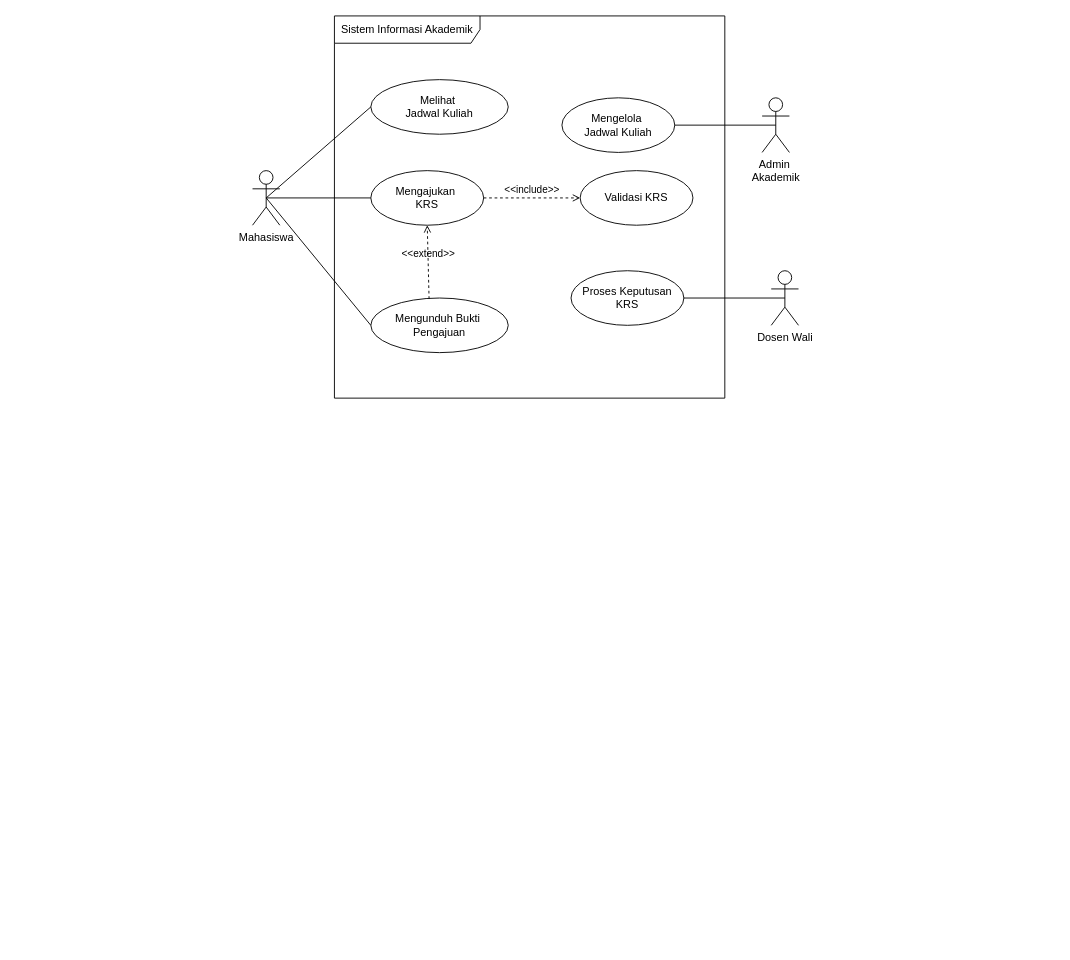
jakir442/IFRWP5149_2406004_LabAlat keeps this draw.io diagram as 03_latihan_tools/P04/SIA/P04_2406004_SIA_kebutuhan_v01.drawio. Above is the earlier version. Source tidied: cells renumbered, new cells numbered last; positions are measured from the earlier drawing's top-left corner, leaving out a move shared by most shapes. Both pictures are drawn from the tidied source at 91%, with x=0, y=0 at pixel (252, 15).
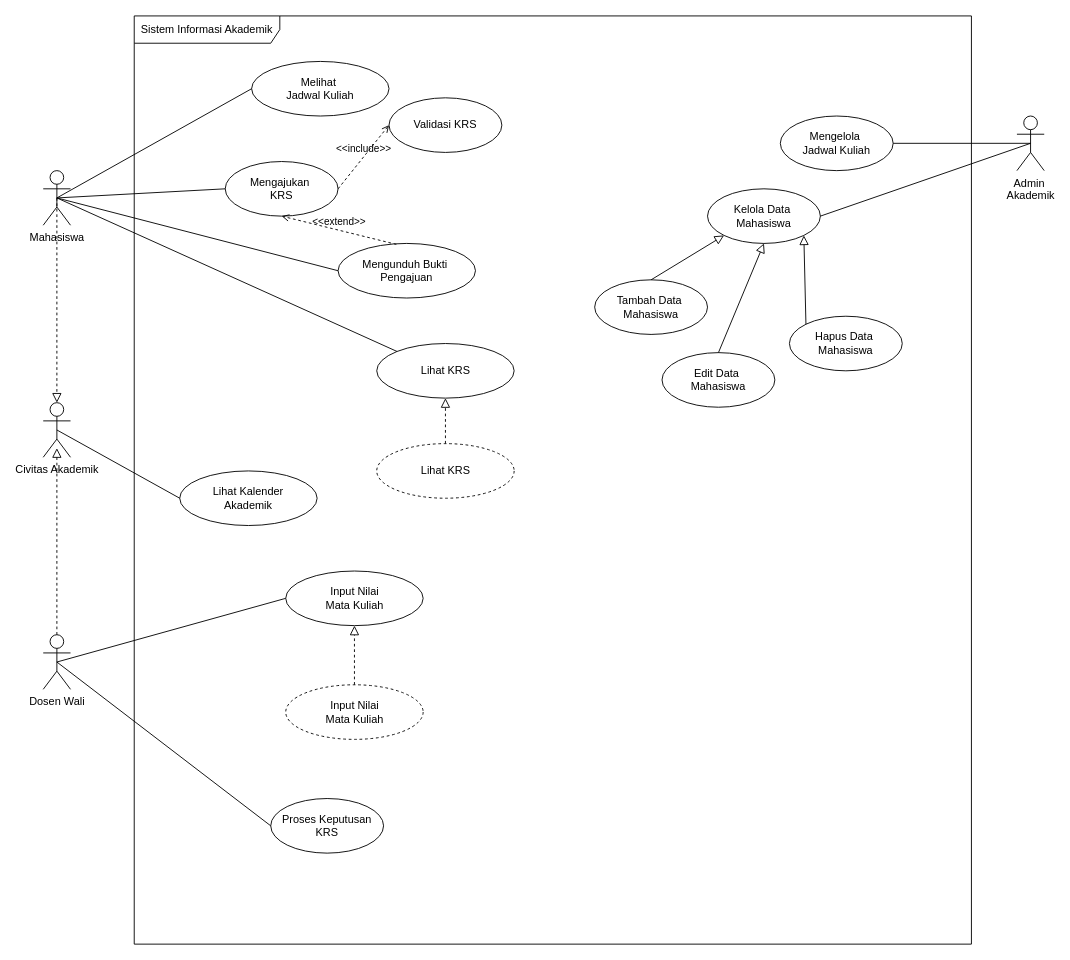
Above is the later version.

Commit message (it also covers changes not shown here):
Pertemuan 4 Use Case Lanjutan

The edit, as a diff of the source:
```diff
@@
     <mxCell id="2" value="Sistem Informasi Akademik" style="shape=umlFrame;whiteSpace=wrap;html=1;width=160;" parent="1" vertex="1">
-      <mxGeometry x="90" width="429" height="420" as="geometry" />
+      <mxGeometry x="-130" width="920" height="1020" as="geometry" />
     </mxCell>
     <mxCell id="3" value="&lt;div&gt;Mengelola&amp;nbsp;&lt;/div&gt;&lt;div&gt;Jadwal Kuliah&lt;/div&gt;" style="ellipse;html=1;whiteSpace=wrap;" parent="2" vertex="1">
-      <mxGeometry x="250" y="90" width="124" height="60" as="geometry" />
+      <mxGeometry x="710" y="110" width="124" height="60" as="geometry" />
     </mxCell>
     <mxCell id="4" value="Melihat&amp;nbsp;&lt;div&gt;Jadwal Kuliah&lt;/div&gt;" style="ellipse;html=1;whiteSpace=wrap;" parent="2" vertex="1">
-      <mxGeometry x="40" y="70" width="151" height="60" as="geometry" />
+      <mxGeometry x="129" y="50" width="151" height="60" as="geometry" />
     </mxCell>
     <mxCell id="5" value="Mengajukan&amp;nbsp;&lt;div&gt;KRS&lt;/div&gt;" style="ellipse;html=1;whiteSpace=wrap;" parent="2" vertex="1">
-      <mxGeometry x="40" y="170" width="124" height="60" as="geometry" />
+      <mxGeometry x="100" y="160" width="124" height="60" as="geometry" />
     </mxCell>
     <mxCell id="6" value="Mengunduh Bukti&amp;nbsp;&lt;div&gt;Pengajuan&lt;/div&gt;" style="ellipse;html=1;whiteSpace=wrap;" parent="2" vertex="1">
-      <mxGeometry x="40" y="310" width="151" height="60" as="geometry" />
+      <mxGeometry x="224" y="250" width="151" height="60" as="geometry" />
     </mxCell>
     <mxCell id="7" value="&lt;div&gt;Proses Keputusan&lt;br&gt;KRS&lt;/div&gt;" style="ellipse;html=1;whiteSpace=wrap;" parent="2" vertex="1">
-      <mxGeometry x="260" y="280" width="124" height="60" as="geometry" />
+      <mxGeometry x="150" y="860" width="124" height="60" as="geometry" />
     </mxCell>
     <mxCell id="8" value="&lt;div&gt;Validasi KRS&lt;/div&gt;" style="ellipse;html=1;whiteSpace=wrap;" parent="2" vertex="1">
-      <mxGeometry x="270" y="170" width="124" height="60" as="geometry" />
+      <mxGeometry x="280" y="90" width="124" height="60" as="geometry" />
     </mxCell>
@@
+    <mxCell id="19" value="Lihat Kalender &lt;br&gt;Akademik" style="ellipse;html=1;whiteSpace=wrap;" parent="2" vertex="1">
+      <mxGeometry x="50" y="500" width="151" height="60" as="geometry" />
+    </mxCell>
+    <mxCell id="20" value="Input Nilai &lt;br&gt;Mata Kuliah" style="ellipse;html=1;whiteSpace=wrap;" parent="2" vertex="1">
+      <mxGeometry x="166.5" y="610" width="151" height="60" as="geometry" />
+    </mxCell>
+    <mxCell id="21" value="Lihat KRS" style="ellipse;html=1;whiteSpace=wrap;" parent="2" vertex="1">
+      <mxGeometry x="266.5" y="360" width="151" height="60" as="geometry" />
+    </mxCell>
+    <mxCell id="22" value="&lt;div&gt;Kelola Data&amp;nbsp;&lt;br&gt;Mahasiswa&lt;/div&gt;" style="ellipse;html=1;whiteSpace=wrap;" parent="2" vertex="1">
+      <mxGeometry x="630" y="190" width="124" height="60" as="geometry" />
+    </mxCell>
+    <mxCell id="23" value="&lt;div&gt;Tambah Data&amp;nbsp;&lt;br&gt;Mahasiswa&lt;/div&gt;" style="ellipse;html=1;whiteSpace=wrap;" parent="2" vertex="1">
+      <mxGeometry x="506" y="290" width="124" height="60" as="geometry" />
+    </mxCell>
+    <mxCell id="24" value="&lt;div&gt;Edit Data&amp;nbsp;&lt;br&gt;Mahasiswa&lt;/div&gt;" style="ellipse;html=1;whiteSpace=wrap;" parent="2" vertex="1">
+      <mxGeometry x="580" y="370" width="124" height="60" as="geometry" />
+    </mxCell>
+    <mxCell id="25" value="&lt;div&gt;Hapus Data&amp;nbsp;&lt;br&gt;Mahasiswa&lt;/div&gt;" style="ellipse;html=1;whiteSpace=wrap;" parent="2" vertex="1">
+      <mxGeometry x="720" y="330" width="124" height="60" as="geometry" />
+    </mxCell>
+    <mxCell id="26" style="endArrow=block;startArrow=none;endFill=0;startFill=0;endSize=8;html=1;verticalAlign=bottom;labelBackgroundColor=none;rounded=0;exitX=0.5;exitY=0;exitDx=0;exitDy=0;entryX=0;entryY=1;entryDx=0;entryDy=0;" parent="2" edge="1" source="23" target="22">
+      <mxGeometry relative="1" as="geometry" />
+    </mxCell>
+    <mxCell id="27" style="endArrow=block;startArrow=none;endFill=0;startFill=0;endSize=8;html=1;verticalAlign=bottom;labelBackgroundColor=none;rounded=0;exitX=0.5;exitY=0;exitDx=0;exitDy=0;entryX=0.5;entryY=1;entryDx=0;entryDy=0;" parent="2" edge="1" source="24" target="22">
+      <mxGeometry relative="1" as="geometry" />
+    </mxCell>
+    <mxCell id="28" style="endArrow=block;startArrow=none;endFill=0;startFill=0;endSize=8;html=1;verticalAlign=bottom;labelBackgroundColor=none;rounded=0;entryX=1;entryY=1;entryDx=0;entryDy=0;exitX=0;exitY=0;exitDx=0;exitDy=0;" parent="2" edge="1" source="25" target="22">
+      <mxGeometry relative="1" as="geometry" />
+    </mxCell>
+    <mxCell id="29" value="Input Nilai &lt;br&gt;Mata Kuliah" style="ellipse;html=1;whiteSpace=wrap;dashed=1;" parent="2" vertex="1">
+      <mxGeometry x="166.5" y="735" width="151" height="60" as="geometry" />
+    </mxCell>
+    <mxCell id="30" style="endArrow=block;startArrow=none;endFill=0;startFill=0;endSize=8;html=1;verticalAlign=bottom;dashed=1;labelBackgroundColor=none;rounded=0;entryX=0.5;entryY=1;entryDx=0;entryDy=0;" parent="2" edge="1" source="29" target="20">
+      <mxGeometry relative="1" as="geometry" />
+    </mxCell>
+    <mxCell id="31" value="Lihat KRS" style="ellipse;html=1;whiteSpace=wrap;dashed=1;" parent="2" vertex="1">
+      <mxGeometry x="266.5" y="470" width="151" height="60" as="geometry" />
+    </mxCell>
+    <mxCell id="32" style="endArrow=block;startArrow=none;endFill=0;startFill=0;endSize=8;html=1;verticalAlign=bottom;dashed=1;labelBackgroundColor=none;rounded=0;entryX=0.5;entryY=1;entryDx=0;entryDy=0;exitX=0.5;exitY=0;exitDx=0;exitDy=0;" parent="2" edge="1" source="31" target="21">
+      <mxGeometry relative="1" as="geometry" />
+    </mxCell>
     <mxCell id="11" value="Admin&amp;nbsp;&lt;div&gt;Akademik&lt;/div&gt;" style="shape=umlActor;verticalLabelPosition=bottom;verticalAlign=top;html=1;" parent="1" vertex="1">
-      <mxGeometry x="560" y="90" width="30" height="60" as="geometry" />
+      <mxGeometry x="840" y="110" width="30" height="60" as="geometry" />
     </mxCell>
@@
     <mxCell id="13" value="Mahasiswa" style="shape=umlActor;verticalLabelPosition=bottom;verticalAlign=top;html=1;" parent="1" vertex="1">
-      <mxGeometry y="170" width="30" height="60" as="geometry" />
+      <mxGeometry x="-230" y="170" width="30" height="60" as="geometry" />
     </mxCell>
@@
     <mxCell id="15" value="Dosen Wali" style="shape=umlActor;verticalLabelPosition=bottom;verticalAlign=top;html=1;" parent="1" vertex="1">
-      <mxGeometry x="570" y="280" width="30" height="60" as="geometry" />
+      <mxGeometry x="-230" y="680" width="30" height="60" as="geometry" />
     </mxCell>
@@
-    <mxCell id="18" style="endArrow=none;startArrow=none;endFill=0;startFill=0;endSize=8;html=1;verticalAlign=bottom;labelBackgroundColor=none;strokeWidth=1;rounded=0;entryX=0.5;entryY=0.5;entryDx=0;entryDy=0;entryPerimeter=0;exitX=1;exitY=0.5;exitDx=0;exitDy=0;" parent="1" edge="1" source="7" target="15">
+    <mxCell id="18" style="endArrow=none;startArrow=none;endFill=0;startFill=0;endSize=8;html=1;verticalAlign=bottom;labelBackgroundColor=none;strokeWidth=1;rounded=0;entryX=0.5;entryY=0.5;entryDx=0;entryDy=0;entryPerimeter=0;exitX=0;exitY=0.5;exitDx=0;exitDy=0;" parent="1" edge="1" source="7" target="15">
       <mxGeometry relative="1" as="geometry" />
     </mxCell>
+    <mxCell id="33" value="Civitas Akademik" style="shape=umlActor;verticalLabelPosition=bottom;verticalAlign=top;html=1;" parent="1" vertex="1">
+      <mxGeometry x="-230" y="425" width="30" height="60" as="geometry" />
+    </mxCell>
+    <mxCell id="34" style="endArrow=block;startArrow=none;endFill=0;startFill=0;endSize=8;html=1;verticalAlign=bottom;dashed=1;labelBackgroundColor=none;rounded=0;exitX=0.5;exitY=0.5;exitDx=0;exitDy=0;exitPerimeter=0;entryX=0.5;entryY=0;entryDx=0;entryDy=0;entryPerimeter=0;" parent="1" edge="1" source="13" target="33">
+      <mxGeometry relative="1" as="geometry" />
+    </mxCell>
+    <mxCell id="35" style="endArrow=block;startArrow=none;endFill=0;startFill=0;endSize=8;html=1;verticalAlign=bottom;dashed=1;labelBackgroundColor=none;rounded=0;exitX=0.5;exitY=0;exitDx=0;exitDy=0;exitPerimeter=0;entryX=0.5;entryY=0.833;entryDx=0;entryDy=0;entryPerimeter=0;" parent="1" edge="1" source="15" target="33">
+      <mxGeometry relative="1" as="geometry" />
+    </mxCell>
+    <mxCell id="36" style="endArrow=none;startArrow=none;endFill=0;startFill=0;endSize=8;html=1;verticalAlign=bottom;labelBackgroundColor=none;strokeWidth=1;rounded=0;entryX=0.5;entryY=0.5;entryDx=0;entryDy=0;entryPerimeter=0;exitX=0;exitY=0.5;exitDx=0;exitDy=0;" parent="1" edge="1" source="19" target="33">
+      <mxGeometry relative="1" as="geometry" />
+    </mxCell>
+    <mxCell id="37" style="endArrow=none;startArrow=none;endFill=0;startFill=0;endSize=8;html=1;verticalAlign=bottom;labelBackgroundColor=none;strokeWidth=1;rounded=0;entryX=0.5;entryY=0.5;entryDx=0;entryDy=0;entryPerimeter=0;exitX=0;exitY=0.5;exitDx=0;exitDy=0;" parent="1" edge="1" source="20" target="15">
+      <mxGeometry relative="1" as="geometry" />
+    </mxCell>
+    <mxCell id="38" style="endArrow=none;startArrow=none;endFill=0;startFill=0;endSize=8;html=1;verticalAlign=bottom;labelBackgroundColor=none;strokeWidth=1;rounded=0;exitX=0.5;exitY=0.5;exitDx=0;exitDy=0;exitPerimeter=0;entryX=0;entryY=0;entryDx=0;entryDy=0;" parent="1" edge="1" source="13" target="21">
+      <mxGeometry relative="1" as="geometry" />
+    </mxCell>
+    <mxCell id="39" style="endArrow=none;startArrow=none;endFill=0;startFill=0;endSize=8;html=1;verticalAlign=bottom;labelBackgroundColor=none;strokeWidth=1;rounded=0;entryX=0.5;entryY=0.5;entryDx=0;entryDy=0;entryPerimeter=0;exitX=1;exitY=0.5;exitDx=0;exitDy=0;" parent="1" edge="1" source="22" target="11">
+      <mxGeometry relative="1" as="geometry" />
+    </mxCell>
```
